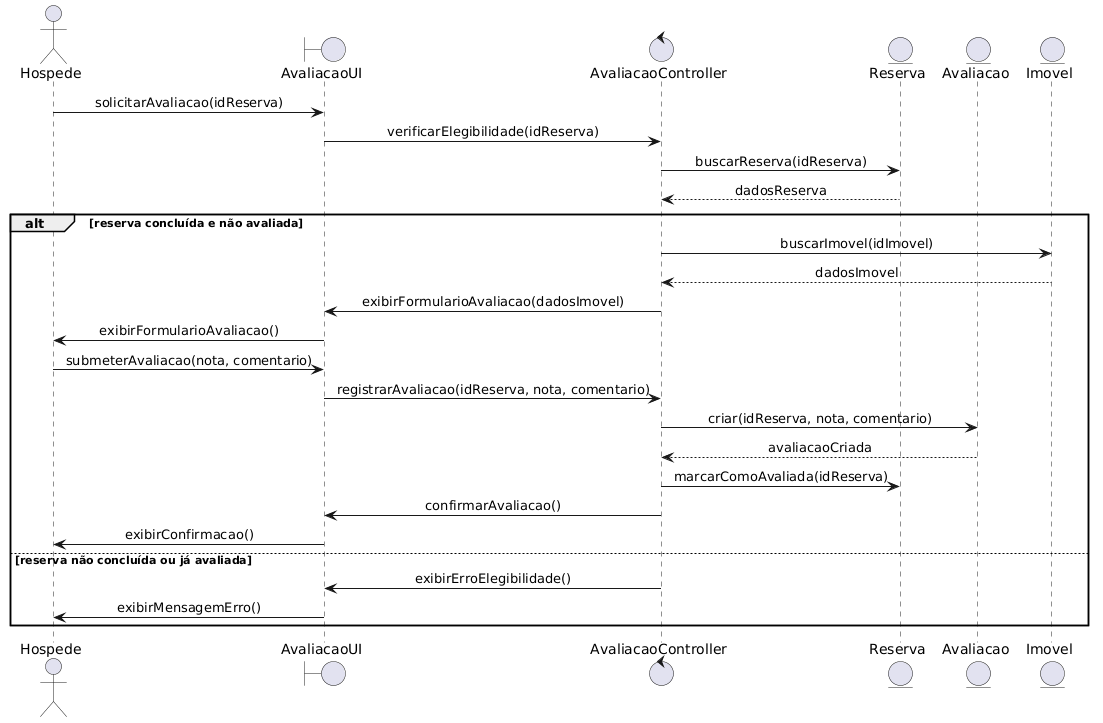
This is diagramas/interacao/interacao-avaliacao-de-imovel.png from vaniacourses/trabalho-pratico-grupo-8, a PlantUML export, as it was before one commit.
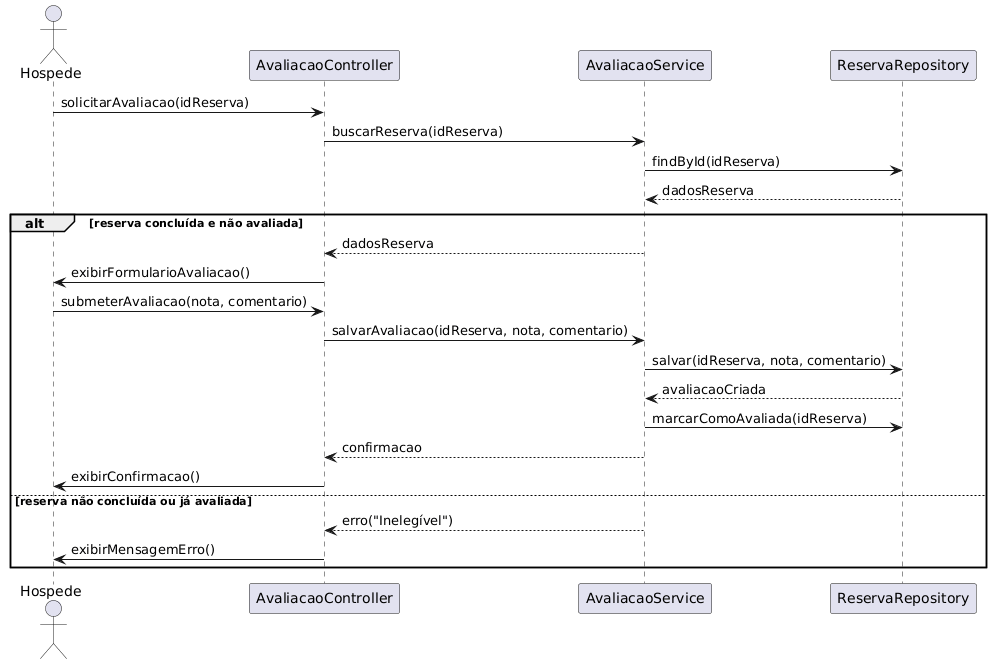
After the change.

Commit message:
refactor: atualiza diagramas DSS e interação de avaliação de imóvel

Change to the diagram source:
```diff
@@ -1,35 +1,30 @@
 @startuml
-skinparam sequenceMessageAlign center
+actor       Hospede              as H
+participant AvaliacaoController  as CTRL
+participant AvaliacaoService     as SVC
+participant ReservaRepository    as REPO
 
-actor Hospede
-boundary AvaliacaoUI
-control AvaliacaoController
-entity Reserva
-entity Avaliacao
-entity Imovel
+H    -> CTRL : solicitarAvaliacao(idReserva)
+CTRL -> SVC  : buscarReserva(idReserva)
+SVC  -> REPO : findById(idReserva)
+REPO --> SVC : dadosReserva
 
-Hospede -> AvaliacaoUI : solicitarAvaliacao(idReserva)
-AvaliacaoUI -> AvaliacaoController : verificarElegibilidade(idReserva)
-AvaliacaoController -> Reserva : buscarReserva(idReserva)
-Reserva --> AvaliacaoController : dadosReserva
+alt **reserva concluída e não avaliada**
 
-alt reserva concluída e não avaliada
-    AvaliacaoController -> Imovel : buscarImovel(idImovel)
-    Imovel --> AvaliacaoController : dadosImovel
-    AvaliacaoController -> AvaliacaoUI : exibirFormularioAvaliacao(dadosImovel)
-    AvaliacaoUI -> Hospede : exibirFormularioAvaliacao()
+    SVC  --> CTRL : dadosReserva
+    CTRL -> H     : exibirFormularioAvaliacao()
+    H    -> CTRL  : submeterAvaliacao(nota, comentario)
+    CTRL -> SVC   : salvarAvaliacao(idReserva, nota, comentario)
+    SVC  -> REPO  : salvar(idReserva, nota, comentario)
+    REPO --> SVC  : avaliacaoCriada
+    SVC  -> REPO  : marcarComoAvaliada(idReserva)
+    SVC  --> CTRL : confirmacao
+    CTRL -> H     : exibirConfirmacao()
 
-    Hospede -> AvaliacaoUI : submeterAvaliacao(nota, comentario)
-    AvaliacaoUI -> AvaliacaoController : registrarAvaliacao(idReserva, nota, comentario)
-    AvaliacaoController -> Avaliacao : criar(idReserva, nota, comentario)
-    Avaliacao --> AvaliacaoController : avaliacaoCriada
-    AvaliacaoController -> Reserva : marcarComoAvaliada(idReserva)
-    AvaliacaoController -> AvaliacaoUI : confirmarAvaliacao()
-    AvaliacaoUI -> Hospede : exibirConfirmacao()
+else **reserva não concluída ou já avaliada**
 
-else reserva não concluída ou já avaliada
-    AvaliacaoController -> AvaliacaoUI : exibirErroElegibilidade()
-    AvaliacaoUI -> Hospede : exibirMensagemErro()
+    SVC  --> CTRL : erro("Inelegível")
+    CTRL -> H     : exibirMensagemErro()
 
 end
 @enduml
```
